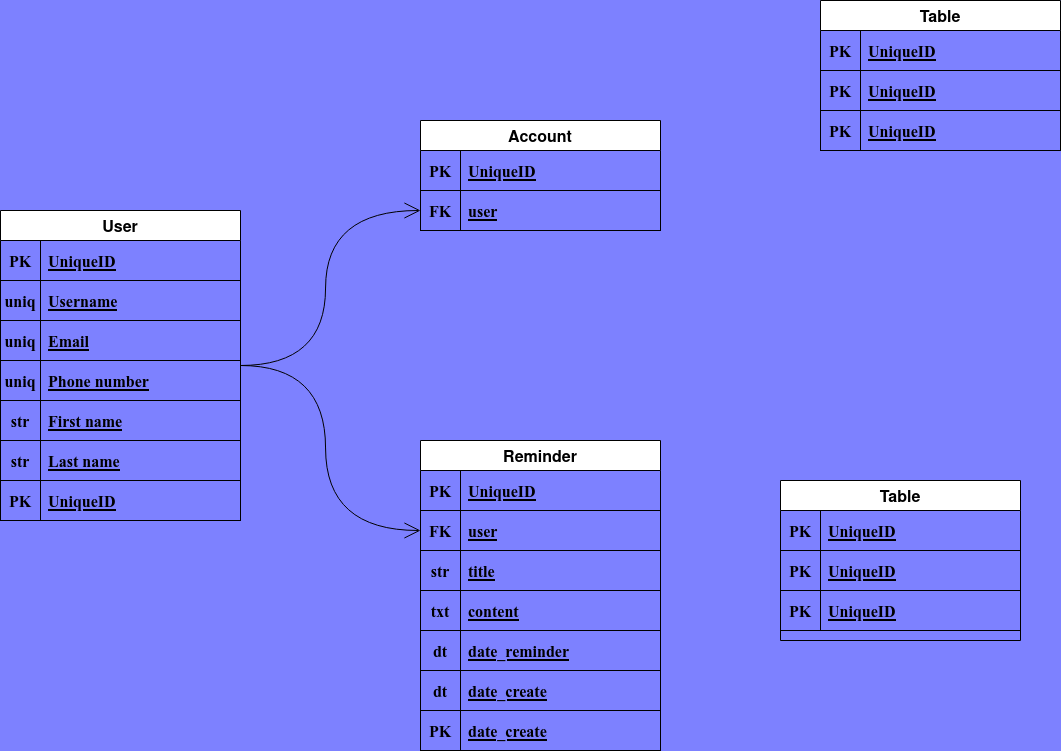
Above: ReminderDiagram.drawio.png in Majid-Aghamohammad/reminder (draw.io), before the change. Source tidied: cells renumbered, new cells last; positions are measured from the earlier drawing's top-left corner, leaving out a move shared by most shapes.
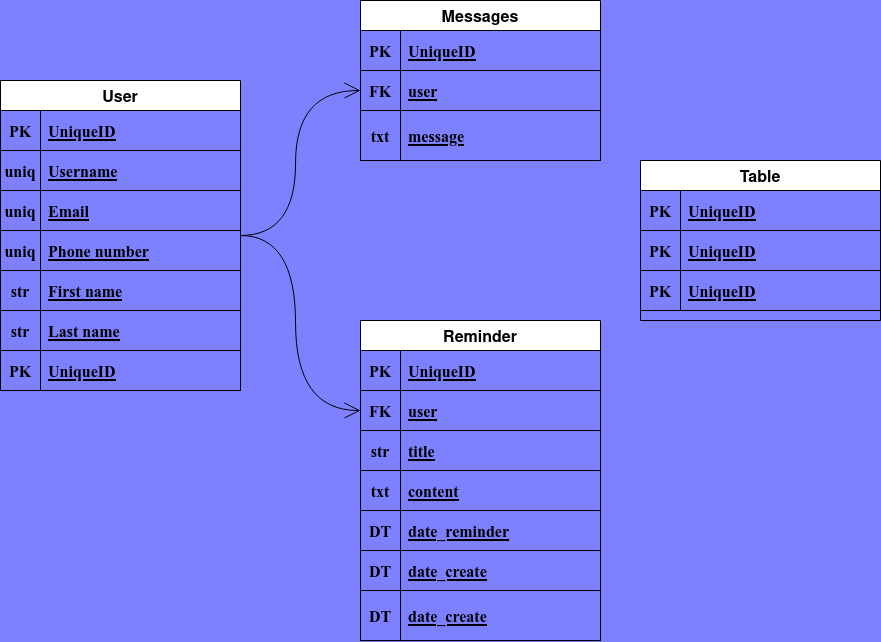
Above is the later version.

Diff of the diagram source:
```diff
@@ -9,7 +9,7 @@
       <mxGeometry relative="1" as="geometry" />
     </mxCell>
     <mxCell id="4" value="User" style="shape=table;startSize=30;rowLines=0;fontStyle=1;align=center;rounded=0;shadow=0;glass=0;sketch=0;fontSize=16;" parent="1" vertex="1">
-      <mxGeometry y="210" width="240" height="310" as="geometry" />
+      <mxGeometry x="60" y="200" width="240" height="310" as="geometry" />
     </mxCell>
     <mxCell id="5" style="shape=tableRow;horizontal=0;startSize=0;swimlaneHead=0;swimlaneBody=0;fillColor=none;top=0;left=0;right=0;bottom=1;labelBackgroundColor=none;labelBorderColor=none;strokeColor=#000000;fontFamily=Times New Roman;fontSize=16;html=0;" parent="4" vertex="1">
       <mxGeometry y="30" width="240" height="40" as="geometry" />
@@ -75,7 +75,7 @@
       <mxGeometry x="40" width="200" height="40" as="geometry" />
     </mxCell>
     <mxCell id="26" value="Table" style="shape=table;startSize=30;rowLines=0;fontStyle=1;align=center;rounded=0;shadow=0;glass=0;sketch=0;fontSize=16;" parent="1" vertex="1">
-      <mxGeometry x="820" width="240" height="150" as="geometry" />
+      <mxGeometry x="700" y="280" width="240" height="160" as="geometry" />
     </mxCell>
     <mxCell id="27" style="shape=tableRow;horizontal=0;startSize=0;swimlaneHead=0;swimlaneBody=0;fillColor=none;top=0;left=0;right=0;bottom=1;labelBackgroundColor=none;labelBorderColor=none;strokeColor=#000000;fontFamily=Times New Roman;fontSize=16;html=0;" parent="26" vertex="1">
       <mxGeometry y="30" width="240" height="40" as="geometry" />
@@ -104,8 +104,8 @@
     <mxCell id="35" value="UniqueID" style="shape=partialRectangle;fillColor=none;top=0;left=0;bottom=0;right=0;align=left;spacingLeft=6;fontStyle=5;overflow=hidden;labelBackgroundColor=none;labelBorderColor=none;strokeColor=#000000;fontFamily=Times New Roman;fontSize=16;html=0;" parent="33" vertex="1">
       <mxGeometry x="40" width="200" height="40" as="geometry" />
     </mxCell>
-    <mxCell id="36" value="Account" style="shape=table;startSize=30;rowLines=0;fontStyle=1;align=center;rounded=0;shadow=0;glass=0;sketch=0;fontSize=16;" parent="1" vertex="1">
-      <mxGeometry x="420" y="120" width="240" height="110" as="geometry" />
+    <mxCell id="36" value="Messages" style="shape=table;startSize=30;rowLines=0;fontStyle=1;align=center;rounded=0;shadow=0;glass=0;sketch=0;fontSize=16;" parent="1" vertex="1">
+      <mxGeometry x="420" y="120" width="240" height="160" as="geometry" />
     </mxCell>
     <mxCell id="37" style="shape=tableRow;horizontal=0;startSize=0;swimlaneHead=0;swimlaneBody=0;fillColor=none;top=0;left=0;right=0;bottom=1;labelBackgroundColor=none;labelBorderColor=none;strokeColor=#000000;fontFamily=Times New Roman;fontSize=16;html=0;" parent="36" vertex="1">
       <mxGeometry y="30" width="240" height="40" as="geometry" />
@@ -125,8 +125,17 @@
     <mxCell id="42" value="user" style="shape=partialRectangle;fillColor=none;top=0;left=0;bottom=0;right=0;align=left;spacingLeft=6;fontStyle=5;overflow=hidden;labelBackgroundColor=none;labelBorderColor=none;strokeColor=#000000;fontFamily=Times New Roman;fontSize=16;html=0;" parent="40" vertex="1">
       <mxGeometry x="40" width="200" height="40" as="geometry" />
     </mxCell>
+    <mxCell id="75" style="shape=tableRow;horizontal=0;startSize=0;swimlaneHead=0;swimlaneBody=0;fillColor=none;top=0;left=0;right=0;bottom=1;labelBackgroundColor=none;labelBorderColor=none;strokeColor=#000000;fontFamily=Times New Roman;fontSize=16;html=0;" parent="36" vertex="1">
+      <mxGeometry y="110" width="240" height="50" as="geometry" />
+    </mxCell>
+    <mxCell id="76" value="txt" style="shape=partialRectangle;fillColor=none;top=0;left=0;bottom=0;right=0;fontStyle=1;overflow=hidden;labelBackgroundColor=none;labelBorderColor=none;strokeColor=#000000;fontFamily=Times New Roman;fontSize=16;html=0;" parent="75" vertex="1">
+      <mxGeometry width="40" height="50" as="geometry" />
+    </mxCell>
+    <mxCell id="77" value="message" style="shape=partialRectangle;fillColor=none;top=0;left=0;bottom=0;right=0;align=left;spacingLeft=6;fontStyle=5;overflow=hidden;labelBackgroundColor=none;labelBorderColor=none;strokeColor=#000000;fontFamily=Times New Roman;fontSize=16;html=0;" parent="75" vertex="1">
+      <mxGeometry x="40" width="200" height="50" as="geometry" />
+    </mxCell>
     <mxCell id="43" value="Reminder" style="shape=table;startSize=30;rowLines=0;fontStyle=1;align=center;rounded=0;shadow=0;glass=0;sketch=0;fontSize=16;" parent="1" vertex="1">
-      <mxGeometry x="420" y="440" width="240" height="310" as="geometry" />
+      <mxGeometry x="420" y="440" width="240" height="320" as="geometry" />
     </mxCell>
     <mxCell id="44" style="shape=tableRow;horizontal=0;startSize=0;swimlaneHead=0;swimlaneBody=0;fillColor=none;top=0;left=0;right=0;bottom=1;labelBackgroundColor=none;labelBorderColor=none;strokeColor=#000000;fontFamily=Times New Roman;fontSize=16;html=0;" parent="43" vertex="1">
       <mxGeometry y="30" width="240" height="40" as="geometry" />
@@ -167,7 +176,7 @@
     <mxCell id="56" style="shape=tableRow;horizontal=0;startSize=0;swimlaneHead=0;swimlaneBody=0;fillColor=none;top=0;left=0;right=0;bottom=1;labelBackgroundColor=none;labelBorderColor=none;strokeColor=#000000;fontFamily=Times New Roman;fontSize=16;html=0;" parent="43" vertex="1">
       <mxGeometry y="190" width="240" height="40" as="geometry" />
     </mxCell>
-    <mxCell id="57" value="dt" style="shape=partialRectangle;fillColor=none;top=0;left=0;bottom=0;right=0;fontStyle=1;overflow=hidden;labelBackgroundColor=none;labelBorderColor=none;strokeColor=#000000;fontFamily=Times New Roman;fontSize=16;html=0;" parent="56" vertex="1">
+    <mxCell id="57" value="DT" style="shape=partialRectangle;fillColor=none;top=0;left=0;bottom=0;right=0;fontStyle=1;overflow=hidden;labelBackgroundColor=none;labelBorderColor=none;strokeColor=#000000;fontFamily=Times New Roman;fontSize=16;html=0;" parent="56" vertex="1">
       <mxGeometry width="40" height="40" as="geometry" />
     </mxCell>
     <mxCell id="58" value="date_reminder" style="shape=partialRectangle;fillColor=none;top=0;left=0;bottom=0;right=0;align=left;spacingLeft=6;fontStyle=5;overflow=hidden;labelBackgroundColor=none;labelBorderColor=none;strokeColor=#000000;fontFamily=Times New Roman;fontSize=16;html=0;" parent="56" vertex="1">
@@ -176,50 +185,20 @@
     <mxCell id="59" style="shape=tableRow;horizontal=0;startSize=0;swimlaneHead=0;swimlaneBody=0;fillColor=none;top=0;left=0;right=0;bottom=1;labelBackgroundColor=none;labelBorderColor=none;strokeColor=#000000;fontFamily=Times New Roman;fontSize=16;html=0;" parent="43" vertex="1">
       <mxGeometry y="230" width="240" height="40" as="geometry" />
     </mxCell>
-    <mxCell id="60" value="dt" style="shape=partialRectangle;fillColor=none;top=0;left=0;bottom=0;right=0;fontStyle=1;overflow=hidden;labelBackgroundColor=none;labelBorderColor=none;strokeColor=#000000;fontFamily=Times New Roman;fontSize=16;html=0;" parent="59" vertex="1">
+    <mxCell id="60" value="DT" style="shape=partialRectangle;fillColor=none;top=0;left=0;bottom=0;right=0;fontStyle=1;overflow=hidden;labelBackgroundColor=none;labelBorderColor=none;strokeColor=#000000;fontFamily=Times New Roman;fontSize=16;html=0;" parent="59" vertex="1">
       <mxGeometry width="40" height="40" as="geometry" />
     </mxCell>
     <mxCell id="61" value="date_create" style="shape=partialRectangle;fillColor=none;top=0;left=0;bottom=0;right=0;align=left;spacingLeft=6;fontStyle=5;overflow=hidden;labelBackgroundColor=none;labelBorderColor=none;strokeColor=#000000;fontFamily=Times New Roman;fontSize=16;html=0;" parent="59" vertex="1">
       <mxGeometry x="40" width="200" height="40" as="geometry" />
     </mxCell>
     <mxCell id="62" style="shape=tableRow;horizontal=0;startSize=0;swimlaneHead=0;swimlaneBody=0;fillColor=none;top=0;left=0;right=0;bottom=1;labelBackgroundColor=none;labelBorderColor=none;strokeColor=#000000;fontFamily=Times New Roman;fontSize=16;html=0;" parent="43" vertex="1">
-      <mxGeometry y="270" width="240" height="40" as="geometry" />
+      <mxGeometry y="270" width="240" height="50" as="geometry" />
     </mxCell>
-    <mxCell id="63" value="PK" style="shape=partialRectangle;fillColor=none;top=0;left=0;bottom=0;right=0;fontStyle=1;overflow=hidden;labelBackgroundColor=none;labelBorderColor=none;strokeColor=#000000;fontFamily=Times New Roman;fontSize=16;html=0;" parent="62" vertex="1">
-      <mxGeometry width="40" height="40" as="geometry" />
+    <mxCell id="63" value="DT" style="shape=partialRectangle;fillColor=none;top=0;left=0;bottom=0;right=0;fontStyle=1;overflow=hidden;labelBackgroundColor=none;labelBorderColor=none;strokeColor=#000000;fontFamily=Times New Roman;fontSize=16;html=0;" parent="62" vertex="1">
+      <mxGeometry width="40" height="50" as="geometry" />
     </mxCell>
     <mxCell id="64" value="date_create" style="shape=partialRectangle;fillColor=none;top=0;left=0;bottom=0;right=0;align=left;spacingLeft=6;fontStyle=5;overflow=hidden;labelBackgroundColor=none;labelBorderColor=none;strokeColor=#000000;fontFamily=Times New Roman;fontSize=16;html=0;" parent="62" vertex="1">
-      <mxGeometry x="40" width="200" height="40" as="geometry" />
+      <mxGeometry x="40" width="200" height="50" as="geometry" />
     </mxCell>
-    <mxCell id="65" value="Table" style="shape=table;startSize=30;rowLines=0;fontStyle=1;align=center;rounded=0;shadow=0;glass=0;sketch=0;fontSize=16;" parent="1" vertex="1">
-      <mxGeometry x="780" y="480" width="240" height="160" as="geometry" />
-    </mxCell>
-    <mxCell id="66" style="shape=tableRow;horizontal=0;startSize=0;swimlaneHead=0;swimlaneBody=0;fillColor=none;top=0;left=0;right=0;bottom=1;labelBackgroundColor=none;labelBorderColor=none;strokeColor=#000000;fontFamily=Times New Roman;fontSize=16;html=0;" parent="65" vertex="1">
-      <mxGeometry y="30" width="240" height="40" as="geometry" />
-    </mxCell>
-    <mxCell id="67" value="PK" style="shape=partialRectangle;fillColor=none;top=0;left=0;bottom=0;right=0;fontStyle=1;overflow=hidden;labelBackgroundColor=none;labelBorderColor=none;strokeColor=#000000;fontFamily=Times New Roman;fontSize=16;html=0;" parent="66" vertex="1">
-      <mxGeometry width="40" height="40" as="geometry" />
-    </mxCell>
-    <mxCell id="68" value="UniqueID" style="shape=partialRectangle;fillColor=none;top=0;left=0;bottom=0;right=0;align=left;spacingLeft=6;fontStyle=5;overflow=hidden;labelBackgroundColor=none;labelBorderColor=none;strokeColor=#000000;fontFamily=Times New Roman;fontSize=16;html=0;" parent="66" vertex="1">
-      <mxGeometry x="40" width="200" height="40" as="geometry" />
-    </mxCell>
-    <mxCell id="69" style="shape=tableRow;horizontal=0;startSize=0;swimlaneHead=0;swimlaneBody=0;fillColor=none;top=0;left=0;right=0;bottom=1;labelBackgroundColor=none;labelBorderColor=none;strokeColor=#000000;fontFamily=Times New Roman;fontSize=16;html=0;" parent="65" vertex="1">
-      <mxGeometry y="70" width="240" height="40" as="geometry" />
-    </mxCell>
-    <mxCell id="70" value="PK" style="shape=partialRectangle;fillColor=none;top=0;left=0;bottom=0;right=0;fontStyle=1;overflow=hidden;labelBackgroundColor=none;labelBorderColor=none;strokeColor=#000000;fontFamily=Times New Roman;fontSize=16;html=0;" parent="69" vertex="1">
-      <mxGeometry width="40" height="40" as="geometry" />
-    </mxCell>
-    <mxCell id="71" value="UniqueID" style="shape=partialRectangle;fillColor=none;top=0;left=0;bottom=0;right=0;align=left;spacingLeft=6;fontStyle=5;overflow=hidden;labelBackgroundColor=none;labelBorderColor=none;strokeColor=#000000;fontFamily=Times New Roman;fontSize=16;html=0;" parent="69" vertex="1">
-      <mxGeometry x="40" width="200" height="40" as="geometry" />
-    </mxCell>
-    <mxCell id="72" style="shape=tableRow;horizontal=0;startSize=0;swimlaneHead=0;swimlaneBody=0;fillColor=none;top=0;left=0;right=0;bottom=1;labelBackgroundColor=none;labelBorderColor=none;strokeColor=#000000;fontFamily=Times New Roman;fontSize=16;html=0;" parent="65" vertex="1">
-      <mxGeometry y="110" width="240" height="40" as="geometry" />
-    </mxCell>
-    <mxCell id="73" value="PK" style="shape=partialRectangle;fillColor=none;top=0;left=0;bottom=0;right=0;fontStyle=1;overflow=hidden;labelBackgroundColor=none;labelBorderColor=none;strokeColor=#000000;fontFamily=Times New Roman;fontSize=16;html=0;" parent="72" vertex="1">
-      <mxGeometry width="40" height="40" as="geometry" />
-    </mxCell>
-    <mxCell id="74" value="UniqueID" style="shape=partialRectangle;fillColor=none;top=0;left=0;bottom=0;right=0;align=left;spacingLeft=6;fontStyle=5;overflow=hidden;labelBackgroundColor=none;labelBorderColor=none;strokeColor=#000000;fontFamily=Times New Roman;fontSize=16;html=0;" parent="72" vertex="1">
-      <mxGeometry x="40" width="200" height="40" as="geometry" />
-    </mxCell>
   </root>
 </mxGraphModel>
```
